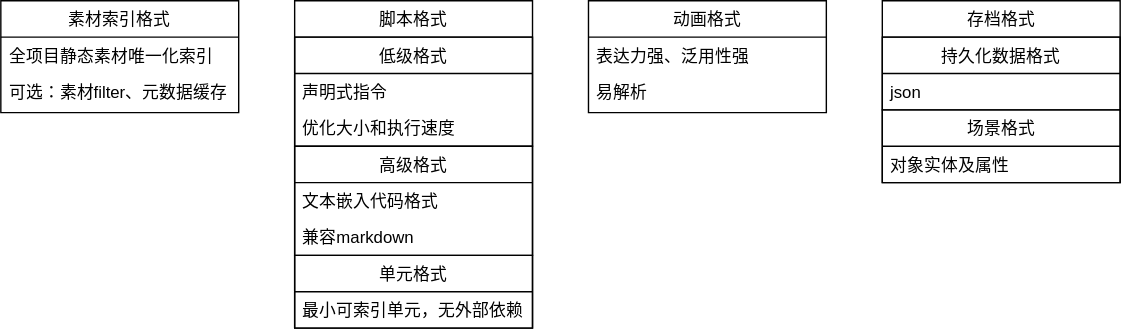
Above: assets/数据格式.drawio.svg in YYF233333/Ring (draw.io), before the change. Source tidied: cells renumbered, new cells last; positions are measured from the earlier drawing's top-left corner, leaving out a move shared by most shapes. Its diagram source:
```xml
<mxGraphModel>
  <root>
    <mxCell id="0" />
    <mxCell id="1" parent="0" />
    <mxCell id="2" value="素材索引格式" style="swimlane;fontStyle=0;align=center;verticalAlign=top;horizontal=1;startSize=26;rounded=0;shadow=0;strokeWidth=1;" parent="1" vertex="1">
      <mxGeometry width="170" height="80" as="geometry" />
    </mxCell>
    <mxCell id="3" value="全项目静态素材唯一化索引" style="text;align=left;verticalAlign=top;spacingLeft=4;spacingRight=4;overflow=hidden;" parent="2" vertex="1">
      <mxGeometry y="26" width="170" height="26" as="geometry" />
    </mxCell>
    <mxCell id="4" value="可选：素材filter、元数据缓存" style="text;align=left;verticalAlign=top;spacingLeft=4;spacingRight=4;overflow=hidden;rounded=0;shadow=0;html=0;" parent="2" vertex="1">
      <mxGeometry y="52" width="170" height="26" as="geometry" />
    </mxCell>
    <mxCell id="5" value="脚本格式" style="swimlane;fontStyle=0;align=center;verticalAlign=top;horizontal=1;startSize=26;rounded=0;shadow=0;strokeWidth=1;" parent="1" vertex="1">
      <mxGeometry x="210" width="170" height="234" as="geometry" />
    </mxCell>
    <mxCell id="6" value="低级格式" style="swimlane;fontStyle=0;horizontal=1;startSize=26;fillColor=none;" parent="5" vertex="1">
      <mxGeometry y="26" width="170" height="78" as="geometry" />
    </mxCell>
    <mxCell id="7" value="声明式指令" style="text;strokeColor=none;fillColor=none;align=left;verticalAlign=top;spacingLeft=4;spacingRight=4;overflow=hidden;" parent="6" vertex="1">
      <mxGeometry y="26" width="170" height="26" as="geometry" />
    </mxCell>
    <mxCell id="8" value="优化大小和执行速度" style="text;strokeColor=none;fillColor=none;align=left;verticalAlign=top;spacingLeft=4;spacingRight=4;overflow=hidden;" parent="6" vertex="1">
      <mxGeometry y="52" width="170" height="26" as="geometry" />
    </mxCell>
    <mxCell id="9" value="高级格式" style="swimlane;fontStyle=0;horizontal=1;startSize=26;fillColor=none;" parent="5" vertex="1">
      <mxGeometry y="104" width="170" height="78" as="geometry" />
    </mxCell>
    <mxCell id="10" value="文本嵌入代码格式" style="text;strokeColor=none;fillColor=none;align=left;verticalAlign=top;spacingLeft=4;spacingRight=4;overflow=hidden;" parent="9" vertex="1">
      <mxGeometry y="26" width="170" height="26" as="geometry" />
    </mxCell>
    <mxCell id="11" value="兼容markdown" style="text;strokeColor=none;fillColor=none;align=left;verticalAlign=top;spacingLeft=4;spacingRight=4;overflow=hidden;" parent="9" vertex="1">
      <mxGeometry y="52" width="170" height="26" as="geometry" />
    </mxCell>
    <mxCell id="12" value="单元格式" style="swimlane;fontStyle=0;horizontal=1;startSize=26;fillColor=none;" parent="5" vertex="1">
      <mxGeometry y="182" width="170" height="52" as="geometry" />
    </mxCell>
    <mxCell id="13" value="最小可索引单元，无外部依赖" style="text;strokeColor=none;fillColor=none;align=left;verticalAlign=top;spacingLeft=4;spacingRight=4;overflow=hidden;" parent="12" vertex="1">
      <mxGeometry y="26" width="170" height="26" as="geometry" />
    </mxCell>
    <mxCell id="14" value="动画格式" style="swimlane;fontStyle=0;align=center;verticalAlign=top;horizontal=1;startSize=26;rounded=0;shadow=0;strokeWidth=1;" parent="1" vertex="1">
      <mxGeometry x="420" width="170" height="80" as="geometry" />
    </mxCell>
    <mxCell id="15" value="表达力强、泛用性强" style="text;align=left;verticalAlign=top;spacingLeft=4;spacingRight=4;overflow=hidden;" parent="14" vertex="1">
      <mxGeometry y="26" width="170" height="26" as="geometry" />
    </mxCell>
    <mxCell id="16" value="易解析" style="text;align=left;verticalAlign=top;spacingLeft=4;spacingRight=4;overflow=hidden;rounded=0;shadow=0;html=0;" parent="14" vertex="1">
      <mxGeometry y="52" width="170" height="26" as="geometry" />
    </mxCell>
    <mxCell id="17" value="存档格式" style="swimlane;fontStyle=0;align=center;verticalAlign=top;horizontal=1;startSize=26;rounded=0;shadow=0;strokeWidth=1;" parent="1" vertex="1">
      <mxGeometry x="630" width="170" height="130" as="geometry" />
    </mxCell>
    <mxCell id="18" value="持久化数据格式" style="swimlane;fontStyle=0;horizontal=1;startSize=26;fillColor=none;" parent="17" vertex="1">
      <mxGeometry y="26" width="170" height="52" as="geometry" />
    </mxCell>
    <mxCell id="19" value="json" style="text;strokeColor=none;fillColor=none;align=left;verticalAlign=top;spacingLeft=4;spacingRight=4;overflow=hidden;" parent="18" vertex="1">
      <mxGeometry y="26" width="170" height="26" as="geometry" />
    </mxCell>
    <mxCell id="20" value="场景格式" style="swimlane;fontStyle=0;horizontal=1;startSize=26;fillColor=none;" parent="17" vertex="1">
      <mxGeometry y="78" width="170" height="52" as="geometry" />
    </mxCell>
    <mxCell id="21" value="对象实体及属性" style="text;strokeColor=none;fillColor=none;align=left;verticalAlign=top;spacingLeft=4;spacingRight=4;overflow=hidden;" parent="20" vertex="1">
      <mxGeometry y="26" width="170" height="26" as="geometry" />
    </mxCell>
  </root>
</mxGraphModel>
```
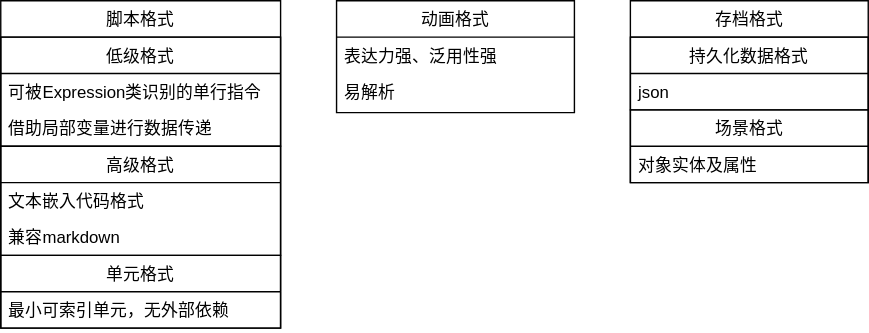
The same diagram one commit later.

The edit, as a diff of the source:
```diff
@@ -2,41 +2,32 @@
   <root>
     <mxCell id="0" />
     <mxCell id="1" parent="0" />
-    <mxCell id="2" value="素材索引格式" style="swimlane;fontStyle=0;align=center;verticalAlign=top;horizontal=1;startSize=26;rounded=0;shadow=0;strokeWidth=1;" parent="1" vertex="1">
-      <mxGeometry width="170" height="80" as="geometry" />
-    </mxCell>
-    <mxCell id="3" value="全项目静态素材唯一化索引" style="text;align=left;verticalAlign=top;spacingLeft=4;spacingRight=4;overflow=hidden;" parent="2" vertex="1">
-      <mxGeometry y="26" width="170" height="26" as="geometry" />
-    </mxCell>
-    <mxCell id="4" value="可选：素材filter、元数据缓存" style="text;align=left;verticalAlign=top;spacingLeft=4;spacingRight=4;overflow=hidden;rounded=0;shadow=0;html=0;" parent="2" vertex="1">
-      <mxGeometry y="52" width="170" height="26" as="geometry" />
-    </mxCell>
     <mxCell id="5" value="脚本格式" style="swimlane;fontStyle=0;align=center;verticalAlign=top;horizontal=1;startSize=26;rounded=0;shadow=0;strokeWidth=1;" parent="1" vertex="1">
-      <mxGeometry x="210" width="170" height="234" as="geometry" />
+      <mxGeometry x="180" width="200" height="234" as="geometry" />
     </mxCell>
     <mxCell id="6" value="低级格式" style="swimlane;fontStyle=0;horizontal=1;startSize=26;fillColor=none;" parent="5" vertex="1">
-      <mxGeometry y="26" width="170" height="78" as="geometry" />
+      <mxGeometry y="26" width="200" height="78" as="geometry" />
     </mxCell>
-    <mxCell id="7" value="声明式指令" style="text;strokeColor=none;fillColor=none;align=left;verticalAlign=top;spacingLeft=4;spacingRight=4;overflow=hidden;" parent="6" vertex="1">
-      <mxGeometry y="26" width="170" height="26" as="geometry" />
+    <mxCell id="7" value="可被Expression类识别的单行指令" style="text;strokeColor=none;fillColor=none;align=left;verticalAlign=top;spacingLeft=4;spacingRight=4;overflow=hidden;" parent="6" vertex="1">
+      <mxGeometry y="26" width="200" height="26" as="geometry" />
     </mxCell>
-    <mxCell id="8" value="优化大小和执行速度" style="text;strokeColor=none;fillColor=none;align=left;verticalAlign=top;spacingLeft=4;spacingRight=4;overflow=hidden;" parent="6" vertex="1">
-      <mxGeometry y="52" width="170" height="26" as="geometry" />
+    <mxCell id="8" value="借助局部变量进行数据传递" style="text;strokeColor=none;fillColor=none;align=left;verticalAlign=top;spacingLeft=4;spacingRight=4;overflow=hidden;" parent="6" vertex="1">
+      <mxGeometry y="52" width="200" height="26" as="geometry" />
     </mxCell>
     <mxCell id="9" value="高级格式" style="swimlane;fontStyle=0;horizontal=1;startSize=26;fillColor=none;" parent="5" vertex="1">
-      <mxGeometry y="104" width="170" height="78" as="geometry" />
+      <mxGeometry y="104" width="200" height="78" as="geometry" />
     </mxCell>
     <mxCell id="10" value="文本嵌入代码格式" style="text;strokeColor=none;fillColor=none;align=left;verticalAlign=top;spacingLeft=4;spacingRight=4;overflow=hidden;" parent="9" vertex="1">
-      <mxGeometry y="26" width="170" height="26" as="geometry" />
+      <mxGeometry y="26" width="200" height="26" as="geometry" />
     </mxCell>
     <mxCell id="11" value="兼容markdown" style="text;strokeColor=none;fillColor=none;align=left;verticalAlign=top;spacingLeft=4;spacingRight=4;overflow=hidden;" parent="9" vertex="1">
-      <mxGeometry y="52" width="170" height="26" as="geometry" />
+      <mxGeometry y="52" width="200" height="26" as="geometry" />
     </mxCell>
     <mxCell id="12" value="单元格式" style="swimlane;fontStyle=0;horizontal=1;startSize=26;fillColor=none;" parent="5" vertex="1">
-      <mxGeometry y="182" width="170" height="52" as="geometry" />
+      <mxGeometry y="182" width="200" height="52" as="geometry" />
     </mxCell>
     <mxCell id="13" value="最小可索引单元，无外部依赖" style="text;strokeColor=none;fillColor=none;align=left;verticalAlign=top;spacingLeft=4;spacingRight=4;overflow=hidden;" parent="12" vertex="1">
-      <mxGeometry y="26" width="170" height="26" as="geometry" />
+      <mxGeometry y="26" width="200" height="26" as="geometry" />
     </mxCell>
     <mxCell id="14" value="动画格式" style="swimlane;fontStyle=0;align=center;verticalAlign=top;horizontal=1;startSize=26;rounded=0;shadow=0;strokeWidth=1;" parent="1" vertex="1">
       <mxGeometry x="420" width="170" height="80" as="geometry" />
```
